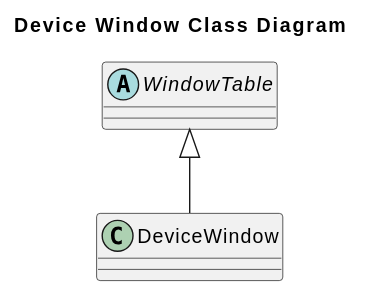
Above: doc/SystemMonitor/Windows/DeviceWindow/output/DeviceWindowClassDiagram.svg in dgitz/eros (PlantUML), before the change.
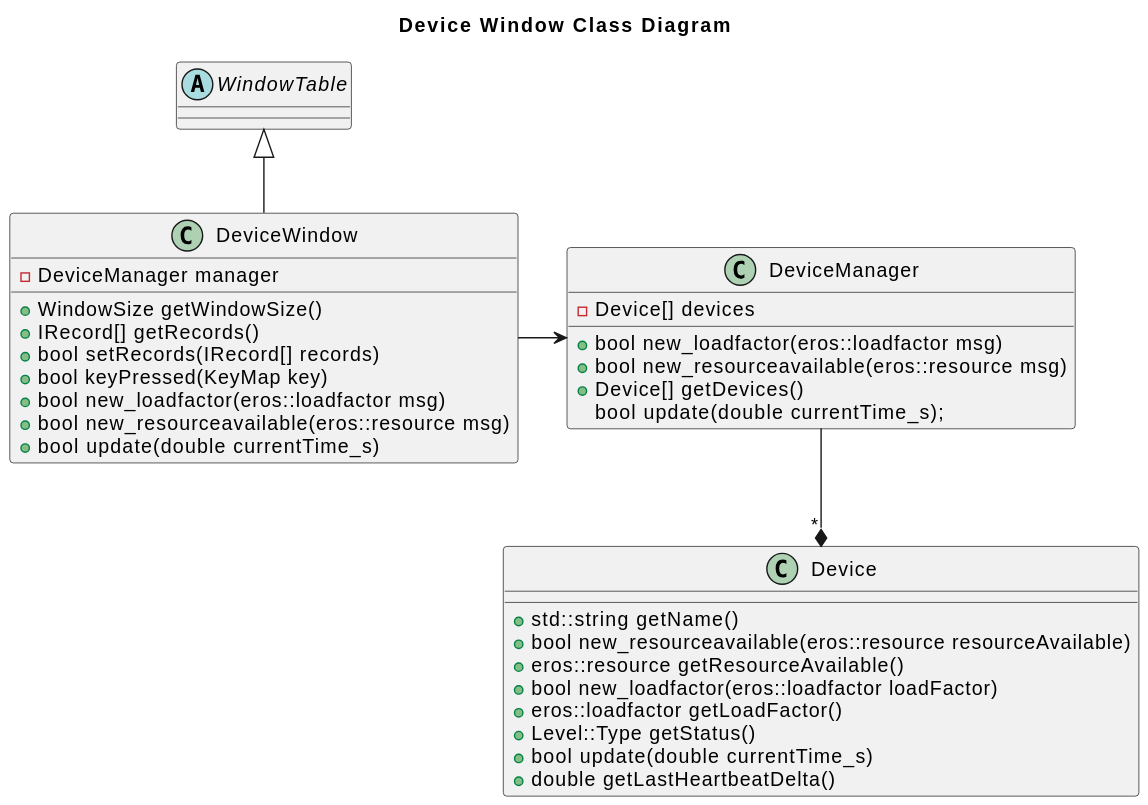
After the commit.

The edit, as a diff of the source:
```diff
@@ -4,7 +4,33 @@
 
 }
 class DeviceWindow {
-
+    -DeviceManager manager
+    +WindowSize getWindowSize()
+    +IRecord[] getRecords()
+    +bool setRecords(IRecord[] records)
+    +bool keyPressed(KeyMap key)
+    +bool new_loadfactor(eros::loadfactor msg)
+    +bool new_resourceavailable(eros::resource msg)
+    +bool update(double currentTime_s)
 }
+class DeviceManager {
+    -Device[] devices
+    +bool new_loadfactor(eros::loadfactor msg)
+    +bool new_resourceavailable(eros::resource msg)
+    +Device[] getDevices()
+    bool update(double currentTime_s);
+}
+DeviceWindow -> DeviceManager
+class Device {
+    +std::string getName()
+    +bool new_resourceavailable(eros::resource resourceAvailable)
+    +eros::resource getResourceAvailable()
+    +bool new_loadfactor(eros::loadfactor loadFactor)
+    +eros::loadfactor getLoadFactor()
+    +Level::Type getStatus()
+    +bool update(double currentTime_s)
+    +double getLastHeartbeatDelta()
+}
+DeviceManager --* "*" Device
 WindowTable <|-- DeviceWindow
 @enduml
```
